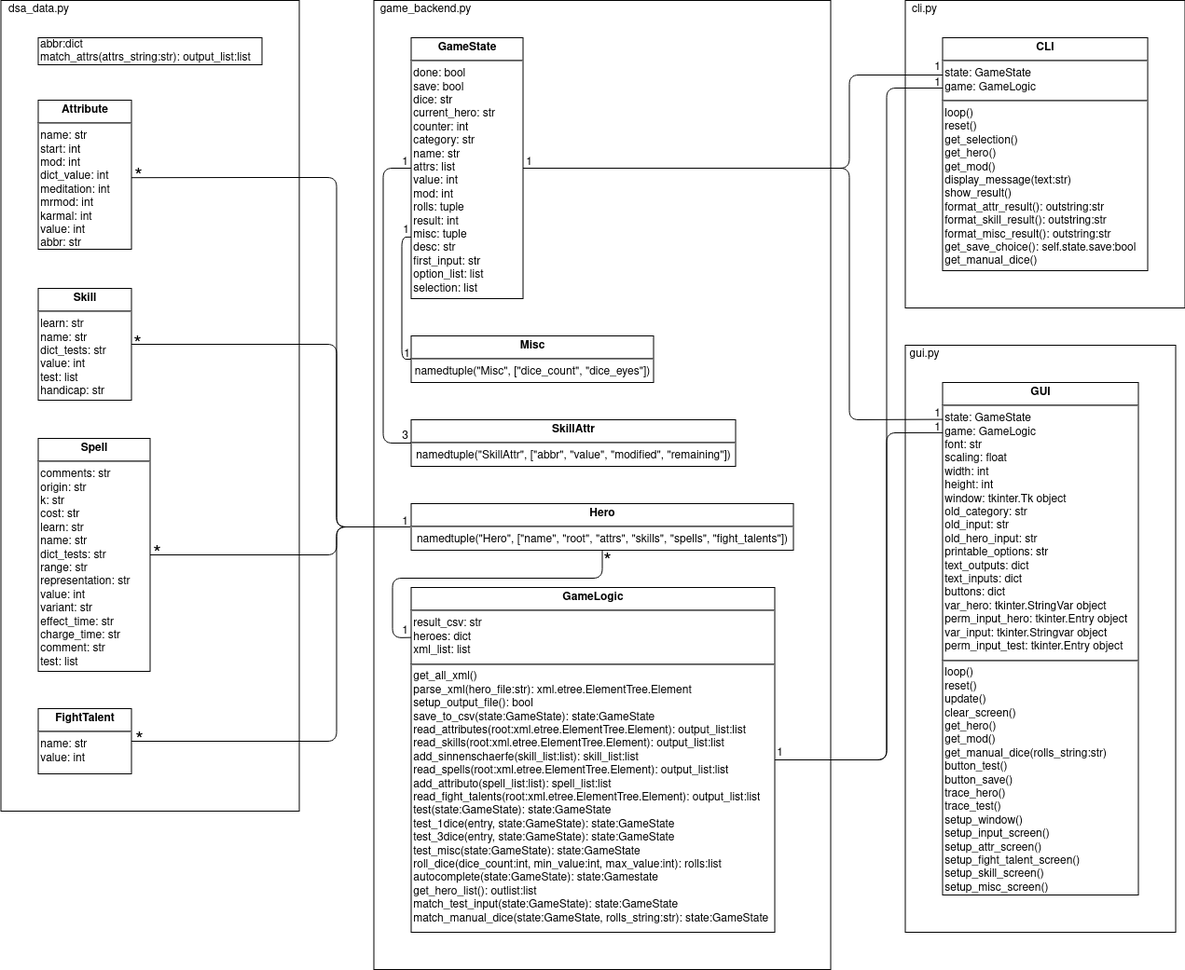
The draw.io diagram images/structure.png in AndreasBamesberger/DSATester, before a commit. Source tidied: cells renumbered, new cells last; positions are measured from the earlier drawing's top-left corner, leaving out a move shared by most shapes.
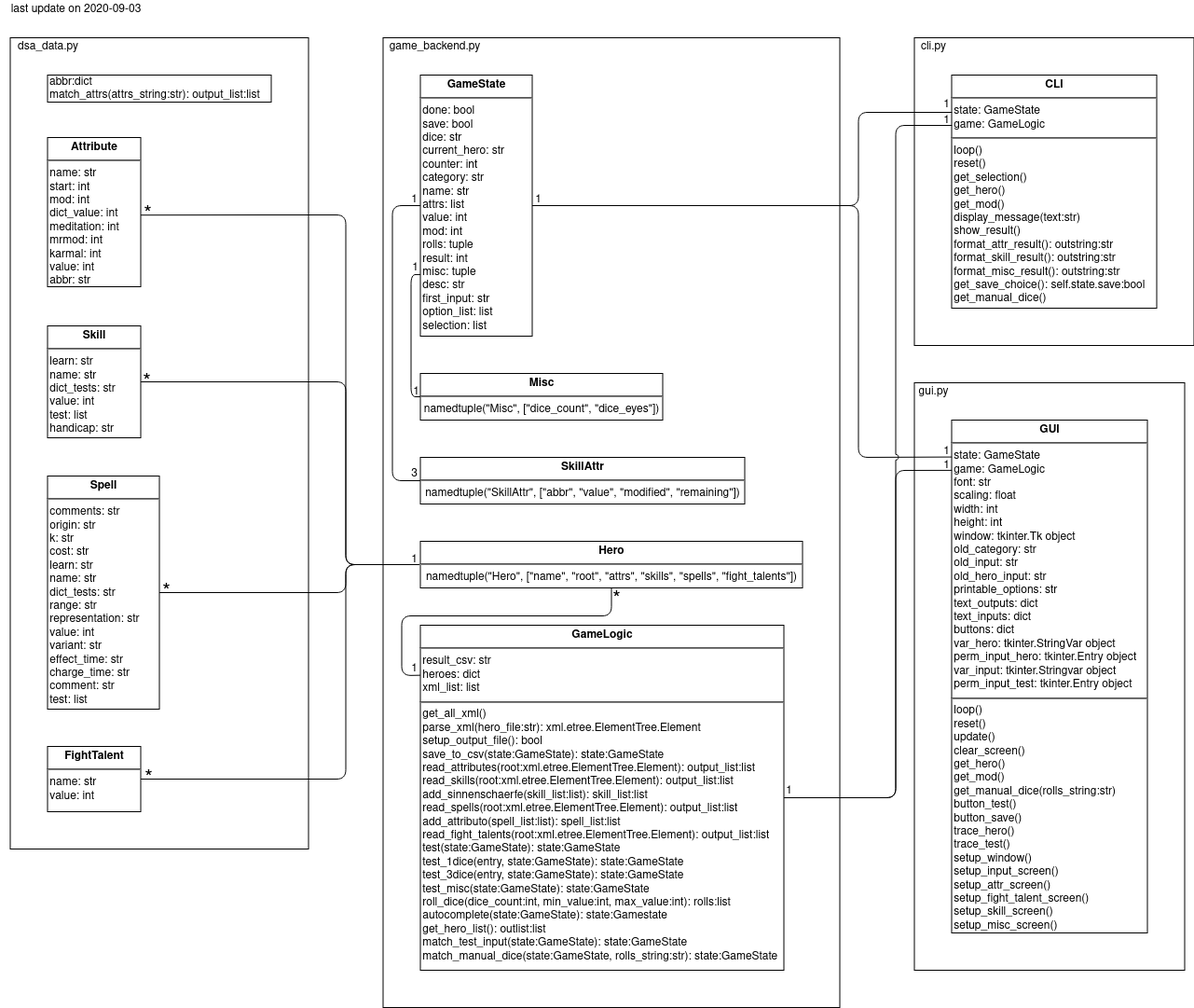
After the commit.

Commit message:
updated used modules in README and fixed structure diagram

The edit, as a diff of the source:
```diff
@@ -61,7 +61,7 @@
         </Array>
       </mxGeometry>
     </mxCell>
-    <mxCell id="20" style="endArrow=none;html=1;exitX=1;exitY=0.5;exitDx=0;exitDy=0;entryX=0.001;entryY=0.072;entryDx=0;entryDy=0;entryPerimeter=0;" parent="1" edge="1" source="5" target="18">
+    <mxCell id="20" style="endArrow=none;html=1;exitX=1;exitY=0.5;exitDx=0;exitDy=0;entryX=0.001;entryY=0.072;entryDx=0;entryDy=0;entryPerimeter=0;jumpStyle=arc;" parent="1" edge="1" source="5" target="18">
       <mxGeometry relative="1" as="geometry">
         <Array as="points">
           <mxPoint x="910" y="180" />
@@ -175,7 +175,7 @@
     <mxCell id="43" value="1" style="text;html=1;align=center;verticalAlign=middle;" parent="1" vertex="1">
       <mxGeometry x="556" y="164" width="20" height="20" as="geometry" />
     </mxCell>
-    <mxCell id="44" style="endArrow=none;html=1;entryX=0.001;entryY=0.216;entryDx=0;entryDy=0;exitX=1;exitY=0.5;exitDx=0;exitDy=0;entryPerimeter=0;" parent="1" edge="1" source="4" target="15">
+    <mxCell id="44" style="endArrow=none;html=1;entryX=0.001;entryY=0.216;entryDx=0;entryDy=0;exitX=1;exitY=0.5;exitDx=0;exitDy=0;entryPerimeter=0;jumpStyle=arc;" parent="1" edge="1" source="4" target="15">
       <mxGeometry relative="1" as="geometry">
         <Array as="points">
           <mxPoint x="950" y="815" />
@@ -203,5 +203,8 @@
     <mxCell id="49" value="1" style="text;html=1;align=center;verticalAlign=middle;" parent="1" vertex="1">
       <mxGeometry x="994" y="434" width="20" height="20" as="geometry" />
     </mxCell>
+    <mxCell id="50" value="last update on 2020-09-03" style="text;html=1;align=center;verticalAlign=middle;" parent="1" vertex="1">
+      <mxGeometry x="-10" y="-40" width="160" height="20" as="geometry" />
+    </mxCell>
   </root>
 </mxGraphModel>
```
